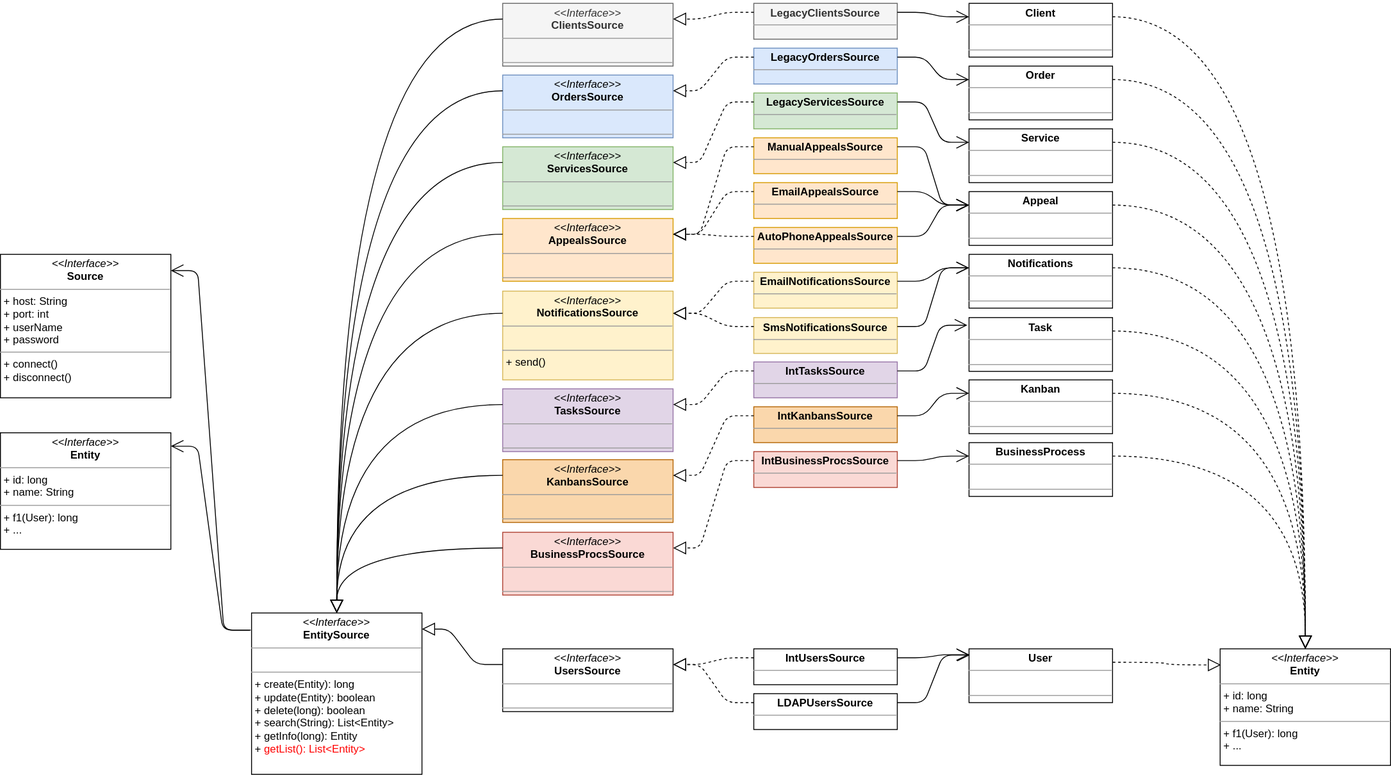
This is ClassDiagram.svg from LordOfPhys/project_x, a draw.io export, as it was before one commit. Source tidied: cells renumbered, new cells last; positions are measured from the earlier drawing's top-left corner, leaving out a move shared by most shapes.
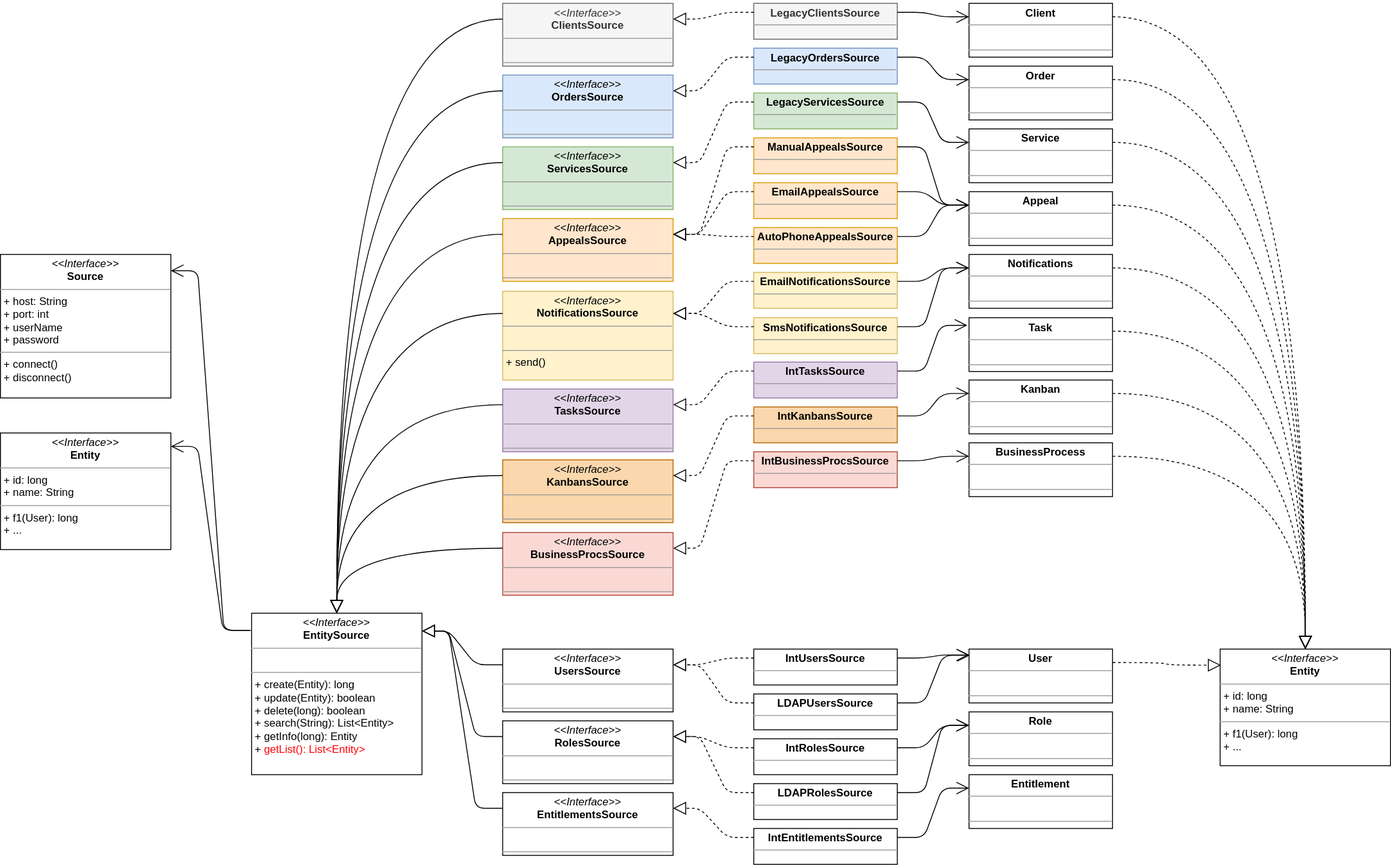
The same file after the commit.

What changed in the source:
```diff
@@ -35,7 +35,7 @@
     <mxCell id="12" style="endArrow=block;endFill=0;endSize=12;html=1;exitX=0;exitY=0.25;exitDx=0;exitDy=0;entryX=0.5;entryY=0;entryDx=0;entryDy=0;edgeStyle=orthogonalEdgeStyle;curved=1;" parent="1" edge="1" source="6" target="13">
       <mxGeometry relative="1" as="geometry" />
     </mxCell>
-    <mxCell id="13" value="&lt;p style=&quot;margin: 0px ; margin-top: 4px ; text-align: center&quot;&gt;&lt;i&gt;&amp;lt;&amp;lt;Interface&amp;gt;&amp;gt;&lt;/i&gt;&lt;br&gt;&lt;b&gt;EntitySource&lt;/b&gt;&lt;/p&gt;&lt;hr size=&quot;1&quot;&gt;&lt;p style=&quot;margin: 0px ; margin-left: 4px&quot;&gt;&lt;br&gt;&lt;/p&gt;&lt;hr size=&quot;1&quot;&gt;&lt;p style=&quot;margin: 0px ; margin-left: 4px&quot;&gt;&lt;span&gt;+ create(Entity): long&lt;/span&gt;&lt;br&gt;&lt;/p&gt;&lt;p style=&quot;margin: 0px ; margin-left: 4px&quot;&gt;+ update(Entity): boolean&lt;/p&gt;&lt;p style=&quot;margin: 0px ; margin-left: 4px&quot;&gt;+ delete(long): boolean&lt;/p&gt;&lt;p style=&quot;margin: 0px ; margin-left: 4px&quot;&gt;+ search(String): List&amp;lt;Entity&amp;gt;&lt;/p&gt;&lt;p style=&quot;margin: 0px ; margin-left: 4px&quot;&gt;+ getInfo(long): Entity&lt;/p&gt;&lt;p style=&quot;margin: 0px ; margin-left: 4px&quot;&gt;+&lt;font color=&quot;#ff0000&quot;&gt; getList(): List&amp;lt;Entity&amp;gt;&amp;nbsp;&lt;/font&gt;&lt;/p&gt;&lt;p style=&quot;margin: 0px ; margin-left: 4px&quot;&gt;&lt;br&gt;&lt;/p&gt;&lt;p style=&quot;margin: 0px ; margin-left: 4px&quot;&gt;&lt;br&gt;&lt;/p&gt;" style="verticalAlign=top;align=left;overflow=fill;fontSize=12;fontFamily=Helvetica;html=1;" parent="1" vertex="1">
+    <mxCell id="13" value="&lt;p style=&quot;margin: 0px ; margin-top: 4px ; text-align: center&quot;&gt;&lt;i&gt;&amp;lt;&amp;lt;Interface&amp;gt;&amp;gt;&lt;/i&gt;&lt;br&gt;&lt;b&gt;EntitySource&lt;/b&gt;&lt;/p&gt;&lt;hr size=&quot;1&quot;&gt;&lt;p style=&quot;margin: 0px ; margin-left: 4px&quot;&gt;&lt;br&gt;&lt;/p&gt;&lt;hr size=&quot;1&quot;&gt;&lt;p style=&quot;margin: 0px ; margin-left: 4px&quot;&gt;&lt;span&gt;+ create(Entity): long&lt;/span&gt;&lt;br&gt;&lt;/p&gt;&lt;p style=&quot;margin: 0px ; margin-left: 4px&quot;&gt;+ update(Entity): boolean&lt;/p&gt;&lt;p style=&quot;margin: 0px ; margin-left: 4px&quot;&gt;+ delete(long): boolean&lt;/p&gt;&lt;p style=&quot;margin: 0px ; margin-left: 4px&quot;&gt;+ search(String): List&amp;lt;Entity&amp;gt;&lt;/p&gt;&lt;p style=&quot;margin: 0px ; margin-left: 4px&quot;&gt;+ getInfo(long): Entity&lt;/p&gt;&lt;p style=&quot;margin: 0px ; margin-left: 4px&quot;&gt;+&lt;font color=&quot;#ff0000&quot;&gt; getList(): List&amp;lt;Entity&amp;gt;&amp;nbsp;&lt;/font&gt;&lt;/p&gt;&lt;p style=&quot;margin: 0px ; margin-left: 4px&quot;&gt;&lt;br&gt;&lt;/p&gt;&lt;p style=&quot;margin: 0px ; margin-left: 4px&quot;&gt;&lt;br&gt;&lt;/p&gt;" style="verticalAlign=top;align=left;overflow=fill;fontSize=12;fontFamily=Helvetica;html=1;points=[[0,0,0,0,0],[0,0.25,0,0,0],[0,0.5,0,0,0],[0,0.75,0,0,0],[0,1,0,0,0],[0.25,0,0,0,0],[0.25,1,0,0,0],[0.5,0,0,0,0],[0.5,1,0,0,0],[0.75,0,0,0,0],[0.75,1,0,0,0],[1,0,0,0,0],[1,0.11,0,0,0],[1,0.25,0,0,0],[1,0.5,0,0,0],[1,0.75,0,0,0],[1,1,0,0,0]];" parent="1" vertex="1">
       <mxGeometry x="280" y="680" width="190" height="180" as="geometry" />
     </mxCell>
     <mxCell id="14" value="&lt;p style=&quot;margin: 0px ; margin-top: 4px ; text-align: center&quot;&gt;&lt;i&gt;&amp;lt;&amp;lt;Interface&amp;gt;&amp;gt;&lt;/i&gt;&lt;br&gt;&lt;b&gt;Entity&lt;/b&gt;&lt;/p&gt;&lt;hr size=&quot;1&quot;&gt;&lt;p style=&quot;margin: 0px ; margin-left: 4px&quot;&gt;+ id: long&lt;/p&gt;&lt;p style=&quot;margin: 0px ; margin-left: 4px&quot;&gt;+ name: String&lt;/p&gt;&lt;hr size=&quot;1&quot;&gt;&lt;p style=&quot;margin: 0px ; margin-left: 4px&quot;&gt;&lt;span&gt;+ f1(User): long&lt;/span&gt;&lt;br&gt;&lt;/p&gt;&lt;p style=&quot;margin: 0px ; margin-left: 4px&quot;&gt;+ ...&lt;/p&gt;&lt;p style=&quot;margin: 0px ; margin-left: 4px&quot;&gt;&lt;br&gt;&lt;/p&gt;&lt;p style=&quot;margin: 0px ; margin-left: 4px&quot;&gt;&lt;br&gt;&lt;/p&gt;" style="verticalAlign=top;align=left;overflow=fill;fontSize=12;fontFamily=Helvetica;html=1;" parent="1" vertex="1">
@@ -242,8 +242,53 @@
     <mxCell id="81" style="endArrow=block;dashed=1;endFill=0;endSize=12;html=1;entryX=0.005;entryY=0.138;entryDx=0;entryDy=0;exitX=1;exitY=0.25;exitDx=0;exitDy=0;edgeStyle=orthogonalEdgeStyle;curved=1;entryPerimeter=0;" parent="1" edge="1" source="9" target="27">
       <mxGeometry relative="1" as="geometry" />
     </mxCell>
-    <mxCell id="82" style="endArrow=block;endFill=0;endSize=12;html=1;edgeStyle=entityRelationEdgeStyle;entryX=1;entryY=0.1;entryDx=0;entryDy=0;entryPerimeter=0;exitX=0;exitY=0.25;exitDx=0;exitDy=0;" parent="1" edge="1" source="2" target="13">
+    <mxCell id="82" style="endArrow=block;endFill=0;endSize=12;html=1;edgeStyle=entityRelationEdgeStyle;exitX=0;exitY=0.25;exitDx=0;exitDy=0;entryX=1;entryY=0.11;entryDx=0;entryDy=0;entryPerimeter=0;" parent="1" edge="1" source="2" target="13">
       <mxGeometry relative="1" as="geometry" />
     </mxCell>
+    <mxCell id="83" value="&lt;p style=&quot;margin: 0px ; margin-top: 4px ; text-align: center&quot;&gt;&lt;i&gt;&amp;lt;&amp;lt;Interface&amp;gt;&amp;gt;&lt;/i&gt;&lt;br&gt;&lt;b&gt;RolesSource&lt;/b&gt;&lt;/p&gt;&lt;hr size=&quot;1&quot;&gt;&lt;p style=&quot;margin: 0px ; margin-left: 4px&quot;&gt;&lt;br&gt;&lt;/p&gt;&lt;hr size=&quot;1&quot;&gt;&lt;p style=&quot;margin: 0px ; margin-left: 4px&quot;&gt;&lt;br&gt;&lt;/p&gt;&lt;p style=&quot;margin: 0px ; margin-left: 4px&quot;&gt;&lt;br&gt;&lt;/p&gt;&lt;p style=&quot;margin: 0px ; margin-left: 4px&quot;&gt;&lt;br&gt;&lt;/p&gt;" style="verticalAlign=top;align=left;overflow=fill;fontSize=12;fontFamily=Helvetica;html=1;" parent="1" vertex="1">
+      <mxGeometry x="560" y="800" width="190" height="70" as="geometry" />
+    </mxCell>
+    <mxCell id="84" style="endArrow=block;endFill=0;endSize=12;html=1;edgeStyle=entityRelationEdgeStyle;exitX=0;exitY=0.25;exitDx=0;exitDy=0;entryX=1;entryY=0.11;entryDx=0;entryDy=0;entryPerimeter=0;" parent="1" edge="1" source="83" target="13">
+      <mxGeometry relative="1" as="geometry" />
+    </mxCell>
+    <mxCell id="85" value="&lt;p style=&quot;margin: 0px ; margin-top: 4px ; text-align: center&quot;&gt;&lt;i&gt;&amp;lt;&amp;lt;Interface&amp;gt;&amp;gt;&lt;/i&gt;&lt;br&gt;&lt;b&gt;EntitlementsSource&lt;/b&gt;&lt;/p&gt;&lt;hr size=&quot;1&quot;&gt;&lt;p style=&quot;margin: 0px ; margin-left: 4px&quot;&gt;&lt;br&gt;&lt;/p&gt;&lt;hr size=&quot;1&quot;&gt;&lt;p style=&quot;margin: 0px ; margin-left: 4px&quot;&gt;&lt;br&gt;&lt;/p&gt;&lt;p style=&quot;margin: 0px ; margin-left: 4px&quot;&gt;&lt;br&gt;&lt;/p&gt;&lt;p style=&quot;margin: 0px ; margin-left: 4px&quot;&gt;&lt;br&gt;&lt;/p&gt;" style="verticalAlign=top;align=left;overflow=fill;fontSize=12;fontFamily=Helvetica;html=1;" parent="1" vertex="1">
+      <mxGeometry x="560" y="880" width="190" height="70" as="geometry" />
+    </mxCell>
+    <mxCell id="86" style="endArrow=block;endFill=0;endSize=12;html=1;edgeStyle=entityRelationEdgeStyle;exitX=0;exitY=0.25;exitDx=0;exitDy=0;entryX=1;entryY=0.11;entryDx=0;entryDy=0;entryPerimeter=0;" parent="1" edge="1" source="85" target="13">
+      <mxGeometry relative="1" as="geometry" />
+    </mxCell>
+    <mxCell id="87" value="&lt;p style=&quot;margin: 0px ; margin-top: 4px ; text-align: center&quot;&gt;&lt;b&gt;IntRolesSource&lt;/b&gt;&lt;/p&gt;&lt;hr size=&quot;1&quot;&gt;&lt;p style=&quot;margin: 0px ; margin-left: 4px&quot;&gt;&lt;br&gt;&lt;/p&gt;&lt;p style=&quot;margin: 0px ; margin-left: 4px&quot;&gt;&lt;br&gt;&lt;/p&gt;&lt;p style=&quot;margin: 0px ; margin-left: 4px&quot;&gt;&lt;br&gt;&lt;/p&gt;&lt;p style=&quot;margin: 0px ; margin-left: 4px&quot;&gt;&lt;br&gt;&lt;/p&gt;&lt;p style=&quot;margin: 0px ; margin-left: 4px&quot;&gt;&lt;br&gt;&lt;/p&gt;&lt;hr size=&quot;1&quot;&gt;&lt;p style=&quot;margin: 0px ; margin-left: 4px&quot;&gt;&lt;br&gt;&lt;/p&gt;" style="verticalAlign=top;align=left;overflow=fill;fontSize=12;fontFamily=Helvetica;html=1;" parent="1" vertex="1">
+      <mxGeometry x="840" y="820" width="160" height="40" as="geometry" />
+    </mxCell>
+    <mxCell id="88" value="&lt;p style=&quot;margin: 0px ; margin-top: 4px ; text-align: center&quot;&gt;&lt;b&gt;LDAPRolesSource&lt;/b&gt;&lt;/p&gt;&lt;hr size=&quot;1&quot;&gt;&lt;p style=&quot;margin: 0px ; margin-left: 4px&quot;&gt;&lt;br&gt;&lt;/p&gt;&lt;p style=&quot;margin: 0px ; margin-left: 4px&quot;&gt;&lt;br&gt;&lt;/p&gt;&lt;p style=&quot;margin: 0px ; margin-left: 4px&quot;&gt;&lt;br&gt;&lt;/p&gt;&lt;p style=&quot;margin: 0px ; margin-left: 4px&quot;&gt;&lt;br&gt;&lt;/p&gt;&lt;p style=&quot;margin: 0px ; margin-left: 4px&quot;&gt;&lt;br&gt;&lt;/p&gt;&lt;hr size=&quot;1&quot;&gt;&lt;p style=&quot;margin: 0px ; margin-left: 4px&quot;&gt;&lt;br&gt;&lt;/p&gt;" style="verticalAlign=top;align=left;overflow=fill;fontSize=12;fontFamily=Helvetica;html=1;" parent="1" vertex="1">
+      <mxGeometry x="840" y="870" width="160" height="40" as="geometry" />
+    </mxCell>
+    <mxCell id="89" style="endArrow=block;dashed=1;endFill=0;endSize=12;html=1;entryX=1;entryY=0.25;entryDx=0;entryDy=0;exitX=0;exitY=0.25;exitDx=0;exitDy=0;edgeStyle=entityRelationEdgeStyle;" parent="1" edge="1" source="87" target="83">
+      <mxGeometry relative="1" as="geometry" />
+    </mxCell>
+    <mxCell id="90" style="endArrow=block;dashed=1;endFill=0;endSize=12;html=1;entryX=1;entryY=0.25;entryDx=0;entryDy=0;exitX=0;exitY=0.25;exitDx=0;exitDy=0;edgeStyle=entityRelationEdgeStyle;" parent="1" edge="1" source="88" target="83">
+      <mxGeometry relative="1" as="geometry" />
+    </mxCell>
+    <mxCell id="91" value="&lt;p style=&quot;margin: 0px ; margin-top: 4px ; text-align: center&quot;&gt;&lt;b&gt;IntEntitlementsSource&lt;/b&gt;&lt;/p&gt;&lt;hr size=&quot;1&quot;&gt;&lt;p style=&quot;margin: 0px ; margin-left: 4px&quot;&gt;&lt;br&gt;&lt;/p&gt;&lt;p style=&quot;margin: 0px ; margin-left: 4px&quot;&gt;&lt;br&gt;&lt;/p&gt;&lt;p style=&quot;margin: 0px ; margin-left: 4px&quot;&gt;&lt;br&gt;&lt;/p&gt;&lt;p style=&quot;margin: 0px ; margin-left: 4px&quot;&gt;&lt;br&gt;&lt;/p&gt;&lt;p style=&quot;margin: 0px ; margin-left: 4px&quot;&gt;&lt;br&gt;&lt;/p&gt;&lt;hr size=&quot;1&quot;&gt;&lt;p style=&quot;margin: 0px ; margin-left: 4px&quot;&gt;&lt;br&gt;&lt;/p&gt;" style="verticalAlign=top;align=left;overflow=fill;fontSize=12;fontFamily=Helvetica;html=1;" parent="1" vertex="1">
+      <mxGeometry x="840" y="920" width="160" height="40" as="geometry" />
+    </mxCell>
+    <mxCell id="92" style="endArrow=block;dashed=1;endFill=0;endSize=12;html=1;entryX=1;entryY=0.25;entryDx=0;entryDy=0;exitX=0;exitY=0.25;exitDx=0;exitDy=0;edgeStyle=entityRelationEdgeStyle;" parent="1" edge="1" source="91" target="85">
+      <mxGeometry relative="1" as="geometry" />
+    </mxCell>
+    <mxCell id="93" value="&lt;p style=&quot;margin: 0px ; margin-top: 4px ; text-align: center&quot;&gt;&lt;b&gt;Role&lt;/b&gt;&lt;/p&gt;&lt;hr size=&quot;1&quot;&gt;&lt;p style=&quot;margin: 0px ; margin-left: 4px&quot;&gt;&lt;br&gt;&lt;/p&gt;&lt;hr size=&quot;1&quot;&gt;&lt;p style=&quot;margin: 0px ; margin-left: 4px&quot;&gt;&lt;br&gt;&lt;/p&gt;" style="verticalAlign=top;align=left;overflow=fill;fontSize=12;fontFamily=Helvetica;html=1;" parent="1" vertex="1">
+      <mxGeometry x="1080" y="790" width="160" height="60" as="geometry" />
+    </mxCell>
+    <mxCell id="94" style="endArrow=open;endFill=1;endSize=12;html=1;exitX=1;exitY=0.25;exitDx=0;exitDy=0;edgeStyle=entityRelationEdgeStyle;entryX=0;entryY=0.25;entryDx=0;entryDy=0;" parent="1" edge="1" source="87" target="93">
+      <mxGeometry relative="1" as="geometry" />
+    </mxCell>
+    <mxCell id="95" style="endArrow=open;endFill=1;endSize=12;html=1;exitX=1;exitY=0.25;exitDx=0;exitDy=0;edgeStyle=entityRelationEdgeStyle;entryX=0;entryY=0.25;entryDx=0;entryDy=0;" parent="1" edge="1" source="88" target="93">
+      <mxGeometry relative="1" as="geometry" />
+    </mxCell>
+    <mxCell id="96" value="&lt;p style=&quot;margin: 0px ; margin-top: 4px ; text-align: center&quot;&gt;&lt;b&gt;Entitlement&lt;/b&gt;&lt;/p&gt;&lt;hr size=&quot;1&quot;&gt;&lt;p style=&quot;margin: 0px ; margin-left: 4px&quot;&gt;&lt;br&gt;&lt;/p&gt;&lt;hr size=&quot;1&quot;&gt;&lt;p style=&quot;margin: 0px ; margin-left: 4px&quot;&gt;&lt;br&gt;&lt;/p&gt;" style="verticalAlign=top;align=left;overflow=fill;fontSize=12;fontFamily=Helvetica;html=1;" parent="1" vertex="1">
+      <mxGeometry x="1080" y="860" width="160" height="60" as="geometry" />
+    </mxCell>
+    <mxCell id="97" style="endArrow=open;endFill=1;endSize=12;html=1;exitX=1;exitY=0.25;exitDx=0;exitDy=0;edgeStyle=entityRelationEdgeStyle;entryX=0;entryY=0.25;entryDx=0;entryDy=0;" parent="1" edge="1" source="91" target="96">
+      <mxGeometry relative="1" as="geometry" />
+    </mxCell>
   </root>
 </mxGraphModel>
```
